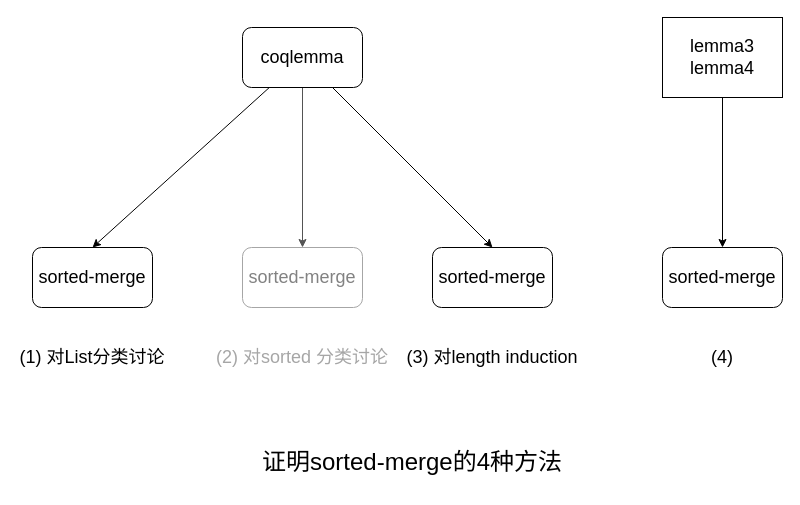
lengyijun/MergeSort keeps this draw.io diagram as slide/sorted-merge.drawio. Above is the earlier version. Source tidied: cells renumbered, new cells numbered last; positions are measured from the earlier drawing's top-left corner, leaving out a move shared by most shapes. Both pictures are drawn from the tidied source at 100%, with x=0, y=0 at pixel (17, 17).
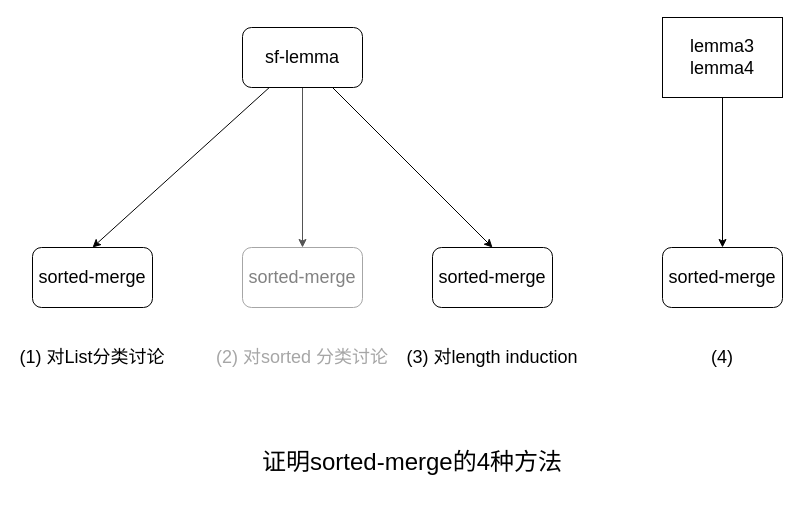
After the change.

Change to the diagram source:
```diff
@@
 <mxGraphModel>
   <root>
     <mxCell id="0" />
     <mxCell id="1" parent="0" />
     <mxCell id="2" style="rounded=0;jettySize=auto;html=1;entryX=0.5;entryY=0;entryDx=0;entryDy=0;fontSize=18;" parent="1" edge="1" source="5" target="6">
       <mxGeometry relative="1" as="geometry" />
     </mxCell>
     <mxCell id="3" style="edgeStyle=none;rounded=0;jettySize=auto;html=1;entryX=0.5;entryY=0;entryDx=0;entryDy=0;fontSize=18;fontColor=#949494;strokeColor=#545454;" parent="1" edge="1" source="5" target="7">
       <mxGeometry relative="1" as="geometry" />
     </mxCell>
     <mxCell id="4" style="edgeStyle=none;rounded=0;jettySize=auto;html=1;entryX=0.5;entryY=0;entryDx=0;entryDy=0;fontSize=18;" parent="1" edge="1" source="5" target="8">
       <mxGeometry relative="1" as="geometry" />
     </mxCell>
-    <mxCell id="5" value="coqlemma" style="rounded=1;whiteSpace=wrap;html=1;fontSize=18;" parent="1" vertex="1">
+    <mxCell id="5" value="sf-lemma" style="rounded=1;whiteSpace=wrap;html=1;fontSize=18;" parent="1" vertex="1">
       <mxGeometry x="225" y="10" width="120" height="60" as="geometry" />
     </mxCell>
     <mxCell id="6" value="sorted-merge" style="rounded=1;whiteSpace=wrap;html=1;fontSize=18;" parent="1" vertex="1">
       <mxGeometry x="15" y="230" width="120" height="60" as="geometry" />
     </mxCell>
     <mxCell id="7" value="sorted-merge" style="rounded=1;whiteSpace=wrap;html=1;fontSize=18;strokeColor=#A6A6A6;fontColor=#828282;" parent="1" vertex="1">
       <mxGeometry x="225" y="230" width="120" height="60" as="geometry" />
     </mxCell>
     <mxCell id="8" value="sorted-merge" style="rounded=1;whiteSpace=wrap;html=1;fontSize=18;" parent="1" vertex="1">
       <mxGeometry x="415" y="230" width="120" height="60" as="geometry" />
     </mxCell>
     <mxCell id="9" value="sorted-merge" style="rounded=1;whiteSpace=wrap;html=1;fontSize=18;" parent="1" vertex="1">
       <mxGeometry x="645" y="230" width="120" height="60" as="geometry" />
     </mxCell>
     <mxCell id="10" style="edgeStyle=none;rounded=0;jettySize=auto;html=1;fontSize=18;" parent="1" edge="1" source="11" target="9">
       <mxGeometry relative="1" as="geometry" />
     </mxCell>
     <mxCell id="11" value="lemma3&lt;br&gt;lemma4" style="rounded=0;whiteSpace=wrap;html=1;fontSize=18;" parent="1" vertex="1">
       <mxGeometry x="645" width="120" height="80" as="geometry" />
     </mxCell>
     <mxCell id="12" value="(3) 对length induction" style="text;html=1;strokeColor=none;fillColor=none;align=center;verticalAlign=middle;whiteSpace=wrap;rounded=0;fontSize=18;" parent="1" vertex="1">
       <mxGeometry x="385" y="310" width="180" height="60" as="geometry" />
     </mxCell>
     <mxCell id="13" value="(2) 对sorted 分类讨论" style="text;html=1;strokeColor=none;fillColor=none;align=center;verticalAlign=middle;whiteSpace=wrap;rounded=0;fontSize=18;fontColor=#A6A6A6;" parent="1" vertex="1">
       <mxGeometry x="195" y="317.5" width="180" height="45" as="geometry" />
     </mxCell>
     <mxCell id="14" value="(1) 对List分类讨论" style="text;html=1;strokeColor=none;fillColor=none;align=center;verticalAlign=middle;whiteSpace=wrap;rounded=0;fontSize=18;" parent="1" vertex="1">
       <mxGeometry y="332.5" width="150" height="15" as="geometry" />
     </mxCell>
     <mxCell id="15" value="证明sorted-merge的4种方法" style="text;html=1;strokeColor=none;fillColor=none;align=center;verticalAlign=middle;whiteSpace=wrap;rounded=0;fontSize=24;fontColor=#000000;" parent="1" vertex="1">
       <mxGeometry x="225" y="420" width="340" height="50" as="geometry" />
     </mxCell>
     <mxCell id="16" value="(4)" style="text;html=1;strokeColor=none;fillColor=none;align=center;verticalAlign=middle;whiteSpace=wrap;rounded=0;fontSize=18;" parent="1" vertex="1">
       <mxGeometry x="675" y="325" width="60" height="30" as="geometry" />
     </mxCell>
   </root>
 </mxGraphModel>
```
